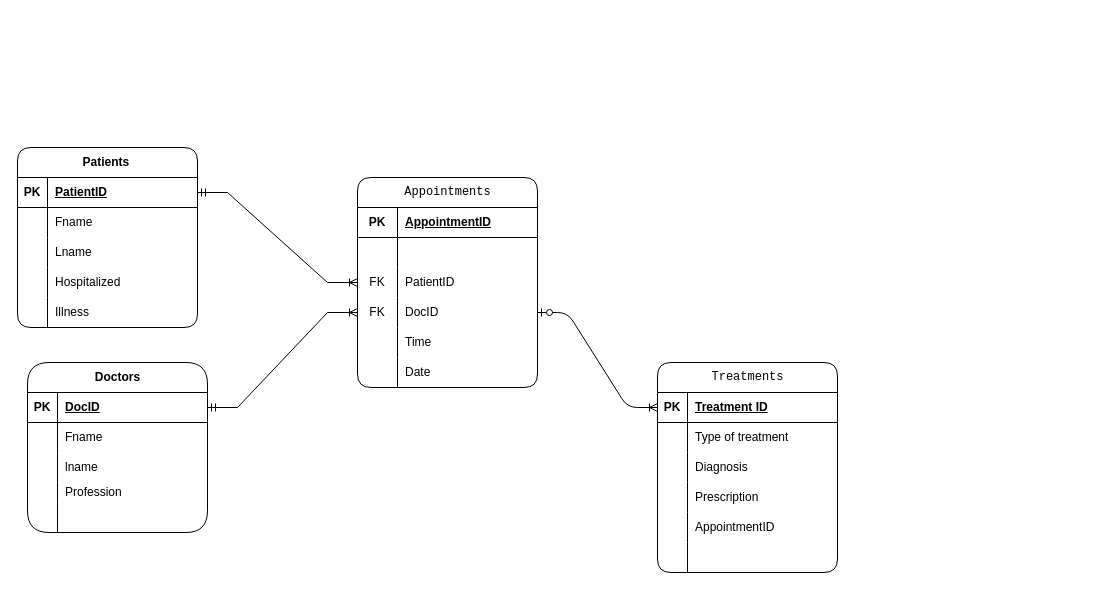
This is Untitled Diagram.drawio from jorge-102025/ERD, a draw.io file, before an edit. Source tidied: cells renumbered, new cells numbered last; positions are measured from the earlier drawing's top-left corner, leaving out a move shared by most shapes. Both pictures are drawn from the tidied source at 100%, with x=0, y=0 at pixel (17, 147).
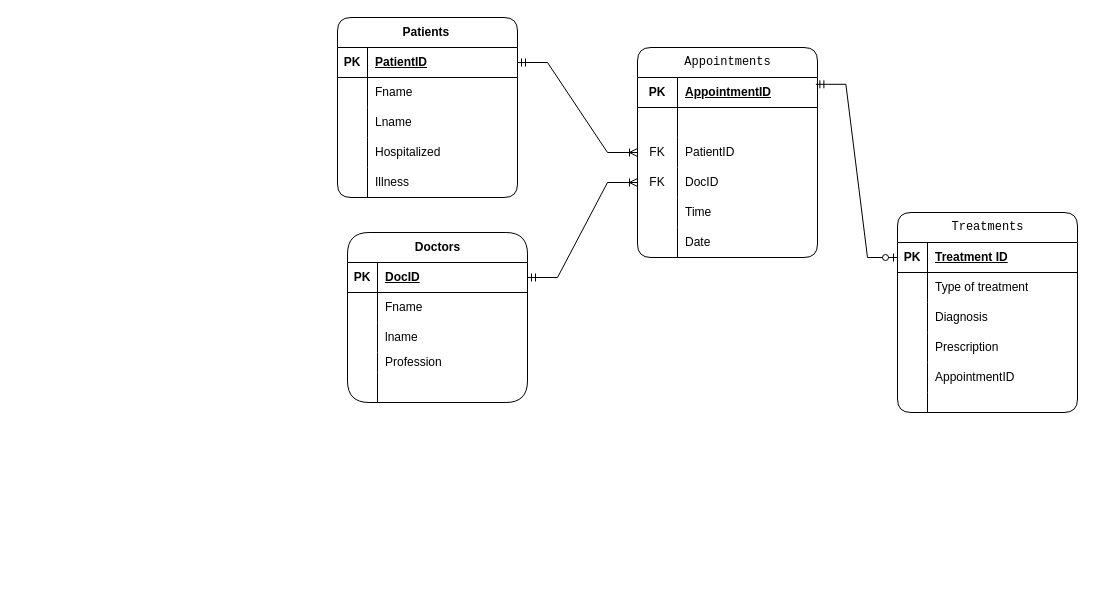
The same diagram, later.

The change refers to these unchanged cells:
```xml
<mxCell id="35" style="shape=tableRow;horizontal=0;startSize=0;swimlaneHead=0;swimlaneBody=0;fillColor=none;points=[[0,0.5],[1,0.5]];portConstraint=eastwest;top=0;left=0;right=0;bottom=1;rounded=1;labelBackgroundColor=none;" parent="34" vertex="1">
  <mxGeometry y="30" width="180" height="30" as="geometry" />
</mxCell>
<mxCell id="44" style="shape=tableRow;horizontal=0;startSize=0;swimlaneHead=0;swimlaneBody=0;fillColor=none;points=[[0,0.5],[1,0.5]];portConstraint=eastwest;top=0;left=0;right=0;bottom=0;rounded=1;labelBackgroundColor=none;" parent="34" vertex="1">
  <mxGeometry y="120" width="180" height="30" as="geometry" />
</mxCell>
<mxCell id="54" style="shape=tableRow;horizontal=0;startSize=0;swimlaneHead=0;swimlaneBody=0;fillColor=none;points=[[0,0.5],[1,0.5]];portConstraint=eastwest;top=0;left=0;right=0;bottom=1;rounded=1;labelBackgroundColor=none;" parent="53" vertex="1">
  <mxGeometry y="30" width="180" height="30" as="geometry" />
</mxCell>
```

What changed in the source:
```diff
@@
     <mxCell id="2" value="Doctors" style="shape=table;startSize=30;childLayout=tableLayout;rowLines=0;fontStyle=1;align=center;html=1;rounded=1;arcSize=24;labelBackgroundColor=none;" parent="1" vertex="1">
-      <mxGeometry x="10" y="215" width="180" height="170" as="geometry" />
+      <mxGeometry x="330" y="85" width="180" height="170" as="geometry" />
     </mxCell>
@@
     <mxCell id="18" value="Patients&amp;nbsp;" style="shape=table;startSize=30;childLayout=tableLayout;rowLines=0;fontStyle=1;align=center;html=1;rounded=1;labelBackgroundColor=none;" parent="1" vertex="1">
-      <mxGeometry width="180" height="180" as="geometry" />
+      <mxGeometry x="320" y="-130" width="180" height="180" as="geometry" />
     </mxCell>
@@
     <mxCell id="34" value="&lt;pre style=&quot;font-weight: 400; text-align: start; overflow-wrap: break-word; text-wrap-mode: wrap;&quot;&gt;Appointments&lt;/pre&gt;" style="shape=table;startSize=30;childLayout=tableLayout;rowLines=0;fontStyle=1;align=center;html=1;rounded=1;labelBackgroundColor=none;" parent="1" vertex="1">
-      <mxGeometry x="340" y="30" width="180" height="210" as="geometry" />
+      <mxGeometry x="620" y="-100" width="180" height="210" as="geometry" />
     </mxCell>
@@
     <mxCell id="53" value="&lt;pre style=&quot;font-weight: 400; text-align: start; overflow-wrap: break-word; text-wrap-mode: wrap;&quot;&gt;Treatments&lt;/pre&gt;" style="shape=table;startSize=30;childLayout=tableLayout;rowLines=0;fontStyle=1;align=center;html=1;rounded=1;swimlaneFillColor=none;fillColor=none;labelBackgroundColor=none;" parent="1" vertex="1">
-      <mxGeometry x="640" y="215" width="180" height="210" as="geometry" />
+      <mxGeometry x="880" y="65" width="180" height="200" as="geometry" />
     </mxCell>
@@
     <mxCell id="69" style="shape=tableRow;horizontal=0;startSize=0;swimlaneHead=0;swimlaneBody=0;fillColor=none;top=0;left=0;right=0;bottom=0;rounded=1;labelBackgroundColor=none;" parent="53" vertex="1">
-      <mxGeometry y="180" width="180" height="30" as="geometry" />
+      <mxGeometry y="180" width="180" height="20" as="geometry" />
     </mxCell>
     <mxCell id="70" style="shape=partialRectangle;fillColor=none;top=0;left=0;bottom=0;right=0;overflow=hidden;whiteSpace=wrap;html=1;rounded=1;labelBackgroundColor=none;" parent="69" vertex="1">
-      <mxGeometry width="30" height="30" as="geometry" />
+      <mxGeometry width="30" height="20" as="geometry" />
     </mxCell>
     <mxCell id="71" style="shape=partialRectangle;fillColor=none;top=0;left=0;bottom=0;right=0;align=left;spacingLeft=6;overflow=hidden;whiteSpace=wrap;html=1;rounded=1;labelBackgroundColor=none;" parent="69" vertex="1">
-      <mxGeometry x="30" width="150" height="30" as="geometry" />
+      <mxGeometry x="30" width="150" height="20" as="geometry" />
     </mxCell>
-    <mxCell id="72" style="edgeStyle=entityRelationEdgeStyle;fontSize=12;html=1;endArrow=ERoneToMany;startArrow=ERzeroToOne;rounded=1;entryX=0;entryY=0.5;entryDx=0;entryDy=0;exitX=1;exitY=0.5;exitDx=0;exitDy=0;labelBackgroundColor=none;fontColor=default;" parent="1" edge="1" source="44" target="54">
-      <mxGeometry relative="1" as="geometry" />
-    </mxCell>
@@
+    <mxCell id="75" style="edgeStyle=entityRelationEdgeStyle;fontSize=12;html=1;endArrow=ERzeroToOne;startArrow=ERmandOne;rounded=0;exitX=0.991;exitY=0.227;exitDx=0;exitDy=0;exitPerimeter=0;entryX=0;entryY=0.5;entryDx=0;entryDy=0;" parent="1" edge="1" source="35" target="54">
+      <mxGeometry relative="1" as="geometry" />
+    </mxCell>
```
